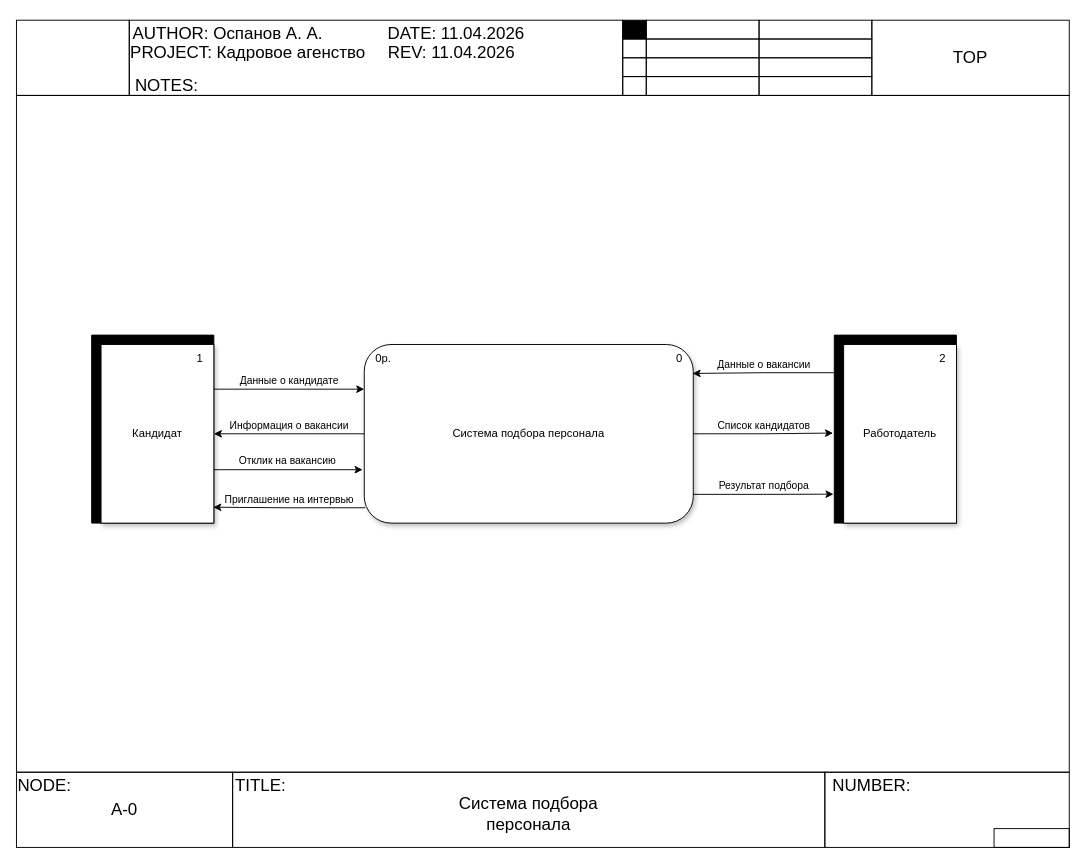
Above: page "DFD Level 0" (1 of 2) of DFD.drawio in Regdal-cyber/Coursework (draw.io), before the change. Source tidied: cells renumbered, new cells numbered last; positions are measured from the earlier drawing's top-left corner, leaving out a move shared by most shapes. Both pictures are drawn from the tidied source at 94%, with x=0, y=0 at pixel (16, 20).
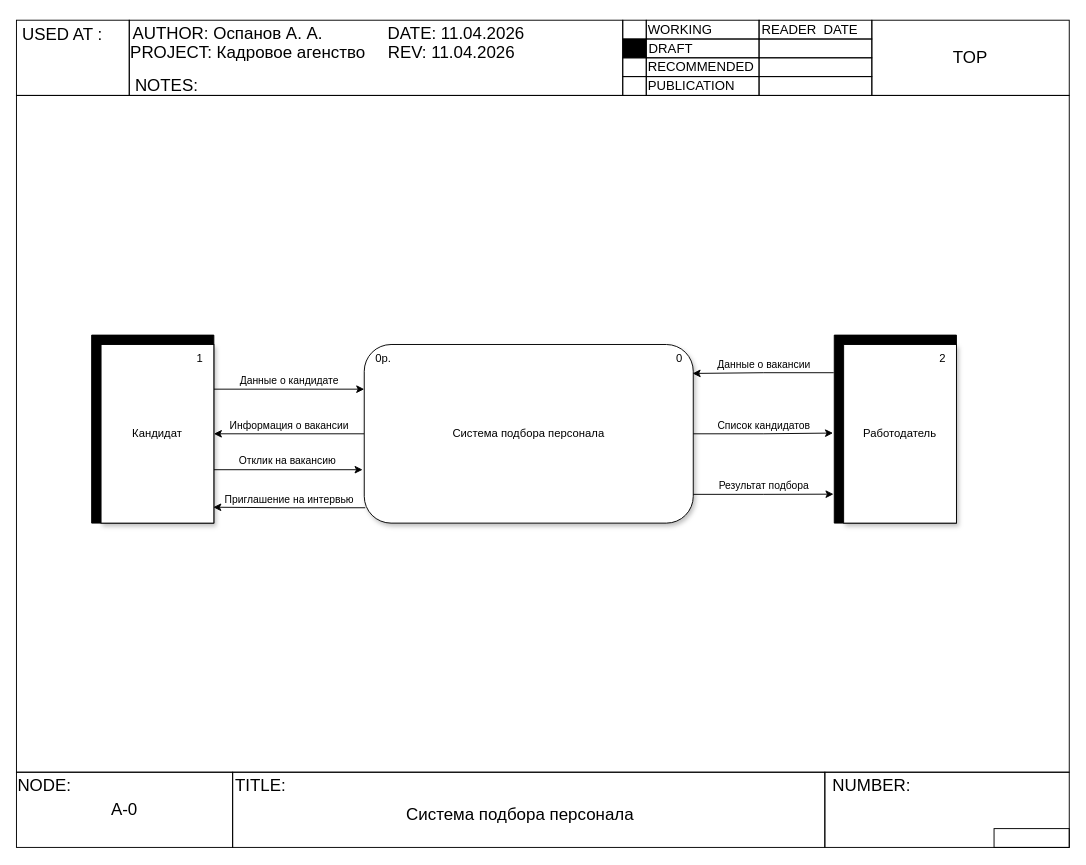
The same diagram, later.

Diff of the diagram source:
```diff
@@
     <mxCell id="25" value="Система подбора персонала" style="text;html=1;align=center;verticalAlign=middle;whiteSpace=wrap;rounded=0;fontSize=18;" parent="1" vertex="1">
-      <mxGeometry x="440" y="830" width="210" height="30" as="geometry" />
+      <mxGeometry x="401.4" y="830" width="270" height="30" as="geometry" />
     </mxCell>
@@
     <mxCell id="37" style="rounded=0;whiteSpace=wrap;html=1;fillColor=#000000;" parent="1" vertex="1">
-      <mxGeometry x="645" width="25" height="20" as="geometry" />
+      <mxGeometry x="645" y="20" width="25" height="20" as="geometry" />
     </mxCell>
     <mxCell id="38" style="rounded=0;whiteSpace=wrap;html=1;fillColor=none;" parent="1" vertex="1">
-      <mxGeometry x="645" y="20" width="25" height="20" as="geometry" />
+      <mxGeometry x="645" width="25" height="20" as="geometry" />
     </mxCell>
@@
+    <mxCell id="49" value="&lt;font&gt;DRAFT&lt;/font&gt;" style="text;html=1;whiteSpace=wrap;strokeColor=none;fillColor=none;align=left;verticalAlign=middle;rounded=0;fontSize=14;" parent="1" vertex="1">
+      <mxGeometry x="671.4" y="15.2" width="118.6" height="29.6" as="geometry" />
+    </mxCell>
+    <mxCell id="50" value="&lt;font&gt;WORKING&lt;/font&gt;" style="text;html=1;whiteSpace=wrap;strokeColor=none;fillColor=none;align=left;verticalAlign=middle;rounded=0;fontSize=14;" parent="1" vertex="1">
+      <mxGeometry x="670" y="-4.6" width="118.6" height="29.6" as="geometry" />
+    </mxCell>
+    <mxCell id="51" value="&lt;font&gt;RECOMMENDED&lt;/font&gt;" style="text;html=1;whiteSpace=wrap;strokeColor=none;fillColor=none;align=left;verticalAlign=middle;rounded=0;fontSize=14;" parent="1" vertex="1">
+      <mxGeometry x="670" y="35.2" width="118.6" height="29.6" as="geometry" />
+    </mxCell>
+    <mxCell id="52" value="&lt;font&gt;PUBLICATION&lt;/font&gt;" style="text;html=1;whiteSpace=wrap;strokeColor=none;fillColor=none;align=left;verticalAlign=middle;rounded=0;fontSize=14;" parent="1" vertex="1">
+      <mxGeometry x="670" y="55" width="118.6" height="29.6" as="geometry" />
+    </mxCell>
+    <mxCell id="53" value="&lt;font&gt;READER&lt;/font&gt;" style="text;html=1;whiteSpace=wrap;strokeColor=none;fillColor=none;align=left;verticalAlign=middle;rounded=0;fontSize=14;" parent="1" vertex="1">
+      <mxGeometry x="790.7" y="-4.8" width="118.6" height="29.6" as="geometry" />
+    </mxCell>
+    <mxCell id="54" value="&lt;font&gt;DATE&lt;/font&gt;" style="text;html=1;whiteSpace=wrap;strokeColor=none;fillColor=none;align=left;verticalAlign=middle;rounded=0;fontSize=14;" parent="1" vertex="1">
+      <mxGeometry x="857" y="-4.6" width="70.5" height="29.6" as="geometry" />
+    </mxCell>
+    <mxCell id="55" value="&lt;font style=&quot;font-size: 18px;&quot;&gt;USED AT :&lt;/font&gt;" style="text;html=1;whiteSpace=wrap;strokeColor=none;fillColor=none;align=center;verticalAlign=middle;rounded=0;" parent="1" vertex="1">
+      <mxGeometry y="-2.8" width="97.7" height="38" as="geometry" />
+    </mxCell>
```
